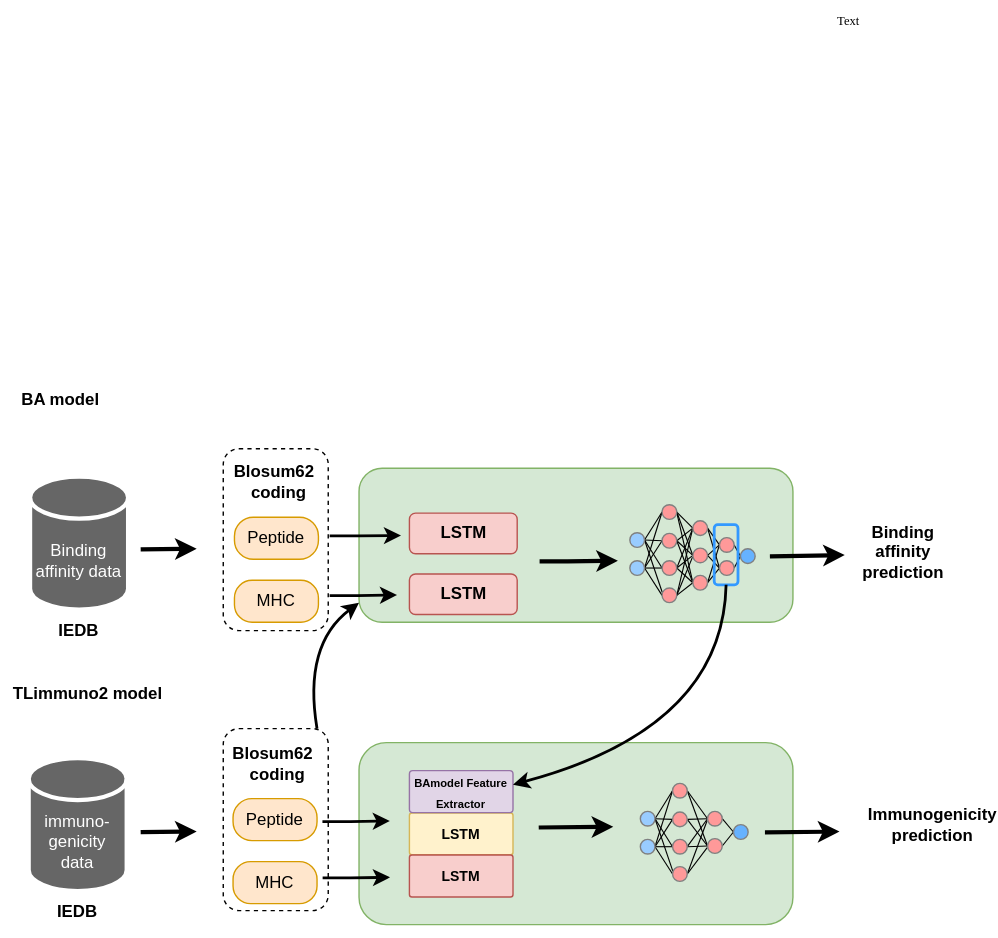
This is summary-fig-2-2.drawio.svg from GuangShuaiWang/Diagram, a draw.io export, as it was before one commit. Source tidied: cells renumbered, new cells last; positions are measured from the earlier drawing's top-left corner, leaving out a move shared by most shapes.
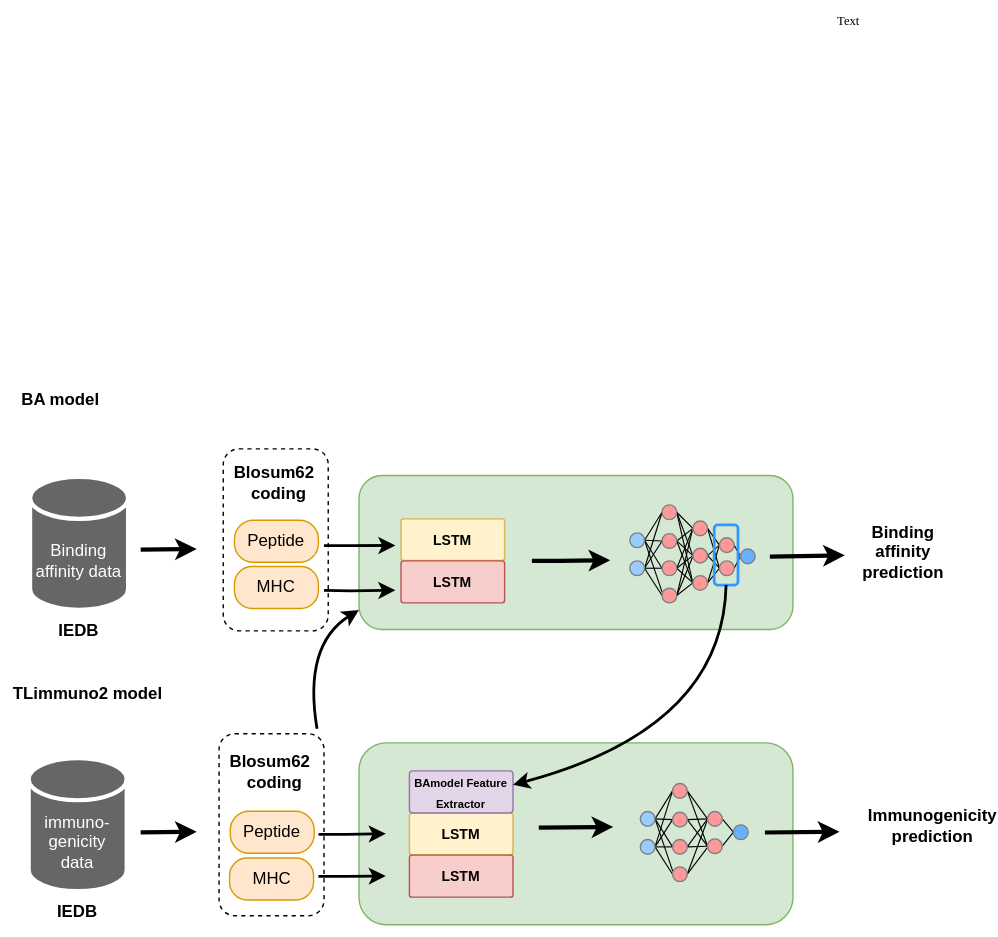
The same file after the commit.

The edit, as a diff of the source:
```diff
@@ -2,27 +2,30 @@
   <root>
     <mxCell id="0" />
     <mxCell id="1" parent="0" />
+    <mxCell id="96" style="rounded=1;whiteSpace=wrap;html=1;strokeColor=#000000;strokeWidth=1;fontFamily=Times New Roman;fontSize=12;fillColor=none;dashed=1;" parent="1" vertex="1">
+      <mxGeometry x="159" y="320" width="75" height="130" as="geometry" />
+    </mxCell>
+    <mxCell id="6" style="rounded=1;whiteSpace=wrap;html=1;strokeColor=#000000;strokeWidth=1;fontFamily=Times New Roman;fontSize=12;fillColor=none;dashed=1;" parent="1" vertex="1">
+      <mxGeometry x="156" y="523.5" width="75" height="130" as="geometry" />
+    </mxCell>
     <mxCell id="2" style="rounded=1;whiteSpace=wrap;html=1;fontFamily=Helvetica;fontSize=12;fillColor=#d5e8d4;strokeColor=#82b366;" parent="1" vertex="1">
       <mxGeometry x="256" y="530" width="310" height="130" as="geometry" />
     </mxCell>
     <mxCell id="3" value="&lt;b&gt;Blosum62 &amp;nbsp;&lt;br&gt;coding&lt;br&gt;&lt;/b&gt;" style="text;html=1;strokeColor=none;fillColor=none;align=center;verticalAlign=middle;whiteSpace=wrap;rounded=0;fontFamily=Helvetica;fontSize=12;fontColor=default;" parent="1" vertex="1">
-      <mxGeometry x="163" y="530" width="70" height="30" as="geometry" />
+      <mxGeometry x="161" y="536" width="70" height="30" as="geometry" />
     </mxCell>
     <mxCell id="4" value="Peptide" style="text;html=1;strokeColor=#d79b00;fillColor=#ffe6cc;align=center;verticalAlign=middle;whiteSpace=wrap;rounded=1;fontFamily=Helvetica;fontSize=12;arcSize=45;" parent="1" vertex="1">
-      <mxGeometry x="166" y="570" width="60" height="30" as="geometry" />
+      <mxGeometry x="164" y="578.8" width="60" height="30" as="geometry" />
     </mxCell>
     <mxCell id="5" value="MHC" style="text;html=1;strokeColor=#d79b00;fillColor=#ffe6cc;align=center;verticalAlign=middle;whiteSpace=wrap;rounded=1;fontFamily=Helvetica;fontSize=12;arcSize=42;" parent="1" vertex="1">
-      <mxGeometry x="166" y="615" width="60" height="30" as="geometry" />
+      <mxGeometry x="163.5" y="612.2" width="60" height="30" as="geometry" />
     </mxCell>
-    <mxCell id="6" style="rounded=1;whiteSpace=wrap;html=1;strokeColor=#000000;strokeWidth=1;fontFamily=Times New Roman;fontSize=12;fillColor=none;dashed=1;" parent="1" vertex="1">
-      <mxGeometry x="159" y="520" width="75" height="130" as="geometry" />
-    </mxCell>
     <mxCell id="7" style="endArrow=classic;html=1;rounded=0;fontColor=#000000;strokeWidth=2;entryX=0.324;entryY=0.474;entryDx=0;entryDy=0;entryPerimeter=0;" parent="1" edge="1">
       <mxGeometry relative="1" as="geometry">
-        <mxPoint x="230" y="626.6" as="sourcePoint" />
-        <mxPoint x="278.1" y="626.2" as="targetPoint" />
+        <mxPoint x="227" y="625.5" as="sourcePoint" />
+        <mxPoint x="275.1" y="625.1" as="targetPoint" />
         <Array as="points">
-          <mxPoint x="250" y="626.6" />
+          <mxPoint x="247" y="625.4" />
         </Array>
       </mxGeometry>
     </mxCell>
@@ -42,41 +45,35 @@
       </mxGeometry>
     </mxCell>
     <mxCell id="12" style="rounded=1;whiteSpace=wrap;html=1;fontFamily=Helvetica;fontSize=12;fillColor=#d5e8d4;strokeColor=#82b366;" parent="1" vertex="1">
-      <mxGeometry x="256" y="334" width="310" height="110" as="geometry" />
+      <mxGeometry x="256" y="339" width="310" height="110" as="geometry" />
     </mxCell>
     <mxCell id="13" value="&lt;b&gt;Blosum62 &amp;nbsp;&lt;br&gt;coding&lt;br&gt;&lt;/b&gt;" style="text;html=1;strokeColor=none;fillColor=none;align=center;verticalAlign=middle;whiteSpace=wrap;rounded=0;fontFamily=Helvetica;fontSize=12;fontColor=default;" parent="1" vertex="1">
       <mxGeometry x="164" y="329" width="70" height="30" as="geometry" />
     </mxCell>
     <mxCell id="14" value="Peptide" style="text;html=1;strokeColor=#d79b00;fillColor=#ffe6cc;align=center;verticalAlign=middle;whiteSpace=wrap;rounded=1;fontFamily=Helvetica;fontSize=12;arcSize=45;" parent="1" vertex="1">
-      <mxGeometry x="167" y="369" width="60" height="30" as="geometry" />
+      <mxGeometry x="167" y="371" width="60" height="30" as="geometry" />
     </mxCell>
     <mxCell id="15" value="MHC" style="text;html=1;strokeColor=#d79b00;fillColor=#ffe6cc;align=center;verticalAlign=middle;whiteSpace=wrap;rounded=1;fontFamily=Helvetica;fontSize=12;arcSize=42;" parent="1" vertex="1">
-      <mxGeometry x="167" y="414" width="60" height="30" as="geometry" />
+      <mxGeometry x="167" y="404" width="60" height="30" as="geometry" />
     </mxCell>
     <mxCell id="16" style="endArrow=classic;html=1;rounded=0;fontColor=#000000;strokeWidth=2;" parent="1" edge="1">
       <mxGeometry relative="1" as="geometry">
-        <mxPoint x="235" y="382.2" as="sourcePoint" />
-        <mxPoint x="286" y="382" as="targetPoint" />
+        <mxPoint x="231" y="389.1" as="sourcePoint" />
+        <mxPoint x="282" y="389" as="targetPoint" />
         <Array as="points">
-          <mxPoint x="255" y="382.2" />
+          <mxPoint x="251" y="389.1" />
         </Array>
       </mxGeometry>
     </mxCell>
-    <mxCell id="17" style="rounded=1;whiteSpace=wrap;html=1;fontFamily=Helvetica;fontSize=12;fillColor=#f8cecc;strokeColor=#b85450;" parent="1" vertex="1">
-      <mxGeometry x="292" y="366" width="77" height="29" as="geometry" />
-    </mxCell>
     <mxCell id="18" style="endArrow=classic;html=1;rounded=0;fontColor=#000000;strokeWidth=3;entryX=0.71;entryY=0.594;entryDx=0;entryDy=0;entryPerimeter=0;" parent="1" edge="1">
       <mxGeometry relative="1" as="geometry">
-        <mxPoint x="385" y="400.5" as="sourcePoint" />
-        <mxPoint x="440.9" y="400" as="targetPoint" />
+        <mxPoint x="379.5" y="400" as="sourcePoint" />
+        <mxPoint x="435.4" y="399.5" as="targetPoint" />
         <Array as="points">
-          <mxPoint x="405" y="400.5" />
+          <mxPoint x="399.5" y="400" />
         </Array>
       </mxGeometry>
     </mxCell>
-    <mxCell id="19" value="&lt;b&gt;LSTM&lt;/b&gt;" style="text;html=1;strokeColor=none;fillColor=none;align=center;verticalAlign=middle;whiteSpace=wrap;rounded=0;fontFamily=Helvetica;fontSize=12;fontColor=default;" parent="1" vertex="1">
-      <mxGeometry x="300.5" y="365" width="60" height="30" as="geometry" />
-    </mxCell>
     <mxCell id="20" value="&lt;b&gt;Binding affinity prediction&lt;br&gt;&lt;/b&gt;" style="text;html=1;strokeColor=none;fillColor=none;align=center;verticalAlign=middle;whiteSpace=wrap;rounded=0;fontFamily=Helvetica;fontSize=12;fontColor=default;" parent="1" vertex="1">
       <mxGeometry x="614.5" y="379" width="60" height="30" as="geometry" />
     </mxCell>
@@ -308,15 +305,12 @@
     <mxCell id="95" style="ellipse;whiteSpace=wrap;html=1;strokeColor=#808080;strokeWidth=1;fontFamily=Times New Roman;fontSize=12;fillColor=#66B2FF;" parent="1" vertex="1">
       <mxGeometry x="523.5" y="588.6" width="10.5" height="10.5" as="geometry" />
     </mxCell>
-    <mxCell id="96" style="rounded=1;whiteSpace=wrap;html=1;strokeColor=#000000;strokeWidth=1;fontFamily=Times New Roman;fontSize=12;fillColor=none;dashed=1;" parent="1" vertex="1">
-      <mxGeometry x="159" y="320" width="75" height="130" as="geometry" />
-    </mxCell>
-    <mxCell id="97" style="endArrow=classic;html=1;rounded=0;fontColor=#000000;strokeWidth=2;entryX=0.324;entryY=0.474;entryDx=0;entryDy=0;entryPerimeter=0;" parent="1" edge="1">
+    <mxCell id="97" style="endArrow=classic;html=1;rounded=0;fontColor=#000000;strokeWidth=2;" parent="1" edge="1">
       <mxGeometry relative="1" as="geometry">
-        <mxPoint x="235" y="424.9" as="sourcePoint" />
-        <mxPoint x="283.1" y="424.5" as="targetPoint" />
+        <mxPoint x="231" y="421" as="sourcePoint" />
+        <mxPoint x="282" y="421" as="targetPoint" />
         <Array as="points">
-          <mxPoint x="255" y="424.9" />
+          <mxPoint x="250" y="421.4" />
         </Array>
       </mxGeometry>
     </mxCell>
@@ -328,25 +322,19 @@
     </mxCell>
     <mxCell id="99" style="endArrow=classic;html=1;rounded=0;fontColor=#000000;strokeWidth=2;entryX=0.324;entryY=0.474;entryDx=0;entryDy=0;entryPerimeter=0;" parent="1" edge="1">
       <mxGeometry relative="1" as="geometry">
-        <mxPoint x="229.9" y="586.4" as="sourcePoint" />
-        <mxPoint x="278" y="586" as="targetPoint" />
+        <mxPoint x="227" y="595.3" as="sourcePoint" />
+        <mxPoint x="275.1" y="594.9" as="targetPoint" />
         <Array as="points">
-          <mxPoint x="249.9" y="586.4" />
+          <mxPoint x="247" y="595.3" />
         </Array>
       </mxGeometry>
     </mxCell>
-    <mxCell id="100" style="rounded=1;whiteSpace=wrap;html=1;fontFamily=Helvetica;fontSize=12;fillColor=#f8cecc;strokeColor=#b85450;" parent="1" vertex="1">
-      <mxGeometry x="292" y="409.5" width="77" height="29" as="geometry" />
-    </mxCell>
     <mxCell id="101" style="endArrow=classic;html=1;rounded=0;fontColor=#000000;strokeWidth=3;" parent="1" edge="1">
       <mxGeometry relative="1" as="geometry">
         <mxPoint x="546" y="594.1" as="sourcePoint" />
         <mxPoint x="599.2" y="593.6" as="targetPoint" />
       </mxGeometry>
     </mxCell>
-    <mxCell id="102" value="&lt;b&gt;LSTM&lt;/b&gt;" style="text;html=1;strokeColor=none;fillColor=none;align=center;verticalAlign=middle;whiteSpace=wrap;rounded=0;fontFamily=Helvetica;fontSize=12;fontColor=default;" parent="1" vertex="1">
-      <mxGeometry x="300.5" y="409" width="60" height="30" as="geometry" />
-    </mxCell>
     <mxCell id="103" style="edgeStyle=none;rounded=1;orthogonalLoop=1;jettySize=auto;html=1;exitX=0.5;exitY=1;exitDx=0;exitDy=0;strokeWidth=2;fontFamily=Times New Roman;fontSize=9;startArrow=classic;startFill=1;endArrow=none;endFill=0;" parent="1" edge="1" source="2" target="2">
       <mxGeometry relative="1" as="geometry" />
     </mxCell>
@@ -390,5 +378,11 @@
         </Array>
       </mxGeometry>
     </mxCell>
+    <mxCell id="112" value="LSTM" style="text;html=1;strokeColor=#d6b656;fillColor=#fff2cc;align=center;verticalAlign=middle;whiteSpace=wrap;rounded=1;fontFamily=Helvetica;fontSize=10;arcSize=6;fontStyle=1;" parent="1" vertex="1">
+      <mxGeometry x="286" y="370" width="74" height="29.8" as="geometry" />
+    </mxCell>
+    <mxCell id="113" value="LSTM" style="text;html=1;strokeColor=#b85450;fillColor=#f8cecc;align=center;verticalAlign=middle;whiteSpace=wrap;rounded=1;fontFamily=Helvetica;fontSize=10;arcSize=6;fontStyle=1;" parent="1" vertex="1">
+      <mxGeometry x="286" y="400" width="74" height="30" as="geometry" />
+    </mxCell>
   </root>
 </mxGraphModel>
```
